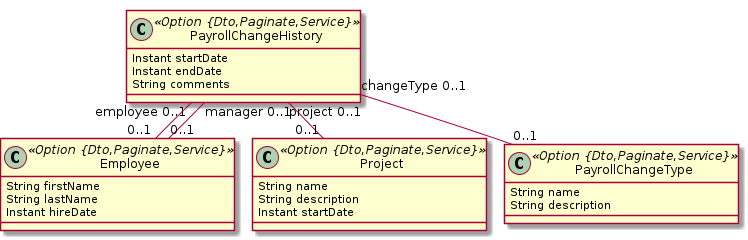
Earlier version of the PlantUML export capachama.png (garodriguezlp/capachama).
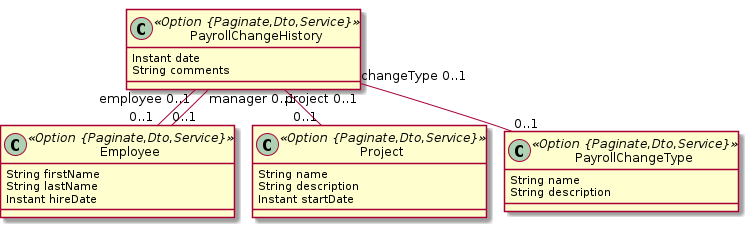
The same diagram one commit later.

What changed in the source:
```diff
@@ -1,23 +1,22 @@
 @startuml
 	!pragma graphviz_dot jdot
 	!pragma syntax class
-	class Employee <<Option {Dto,Paginate,Service}>> {
+	class Employee <<Option {Paginate,Dto,Service}>> {
 		String firstName
 		String lastName
 		Instant hireDate
 	}
-	class Project <<Option {Dto,Paginate,Service}>> {
+	class Project <<Option {Paginate,Dto,Service}>> {
 		String name
 		String description
 		Instant startDate
 	}
-	class PayrollChangeType <<Option {Dto,Paginate,Service}>> {
+	class PayrollChangeType <<Option {Paginate,Dto,Service}>> {
 		String name
 		String description
 	}
-	class PayrollChangeHistory <<Option {Dto,Paginate,Service}>> {
-		Instant startDate
-		Instant endDate
+	class PayrollChangeHistory <<Option {Paginate,Dto,Service}>> {
+		Instant date
 		String comments
 	}
 	PayrollChangeHistory  "employee 0..1 " -- "0..1 "  Employee
```
